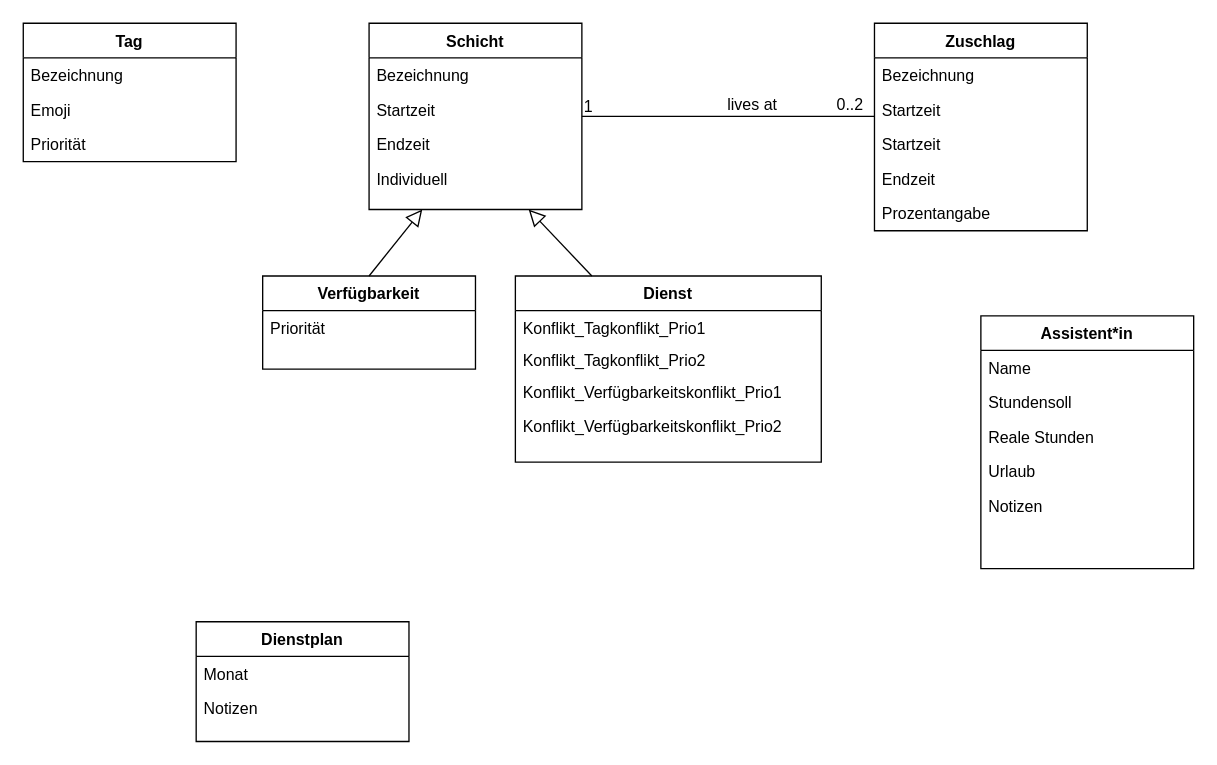
The draw.io diagram 4_Entwurf/4_UML/Unbenanntes Diagramm.drawio in annikalenneper/praxisprojekt_mi_bachelor_SoSe24, before the edit. Source tidied: cells renumbered, new cells numbered last; positions are measured from the earlier drawing's top-left corner, leaving out a move shared by most shapes. Both pictures are drawn from the tidied source at 133%, with x=0, y=0 at pixel (23, 23).
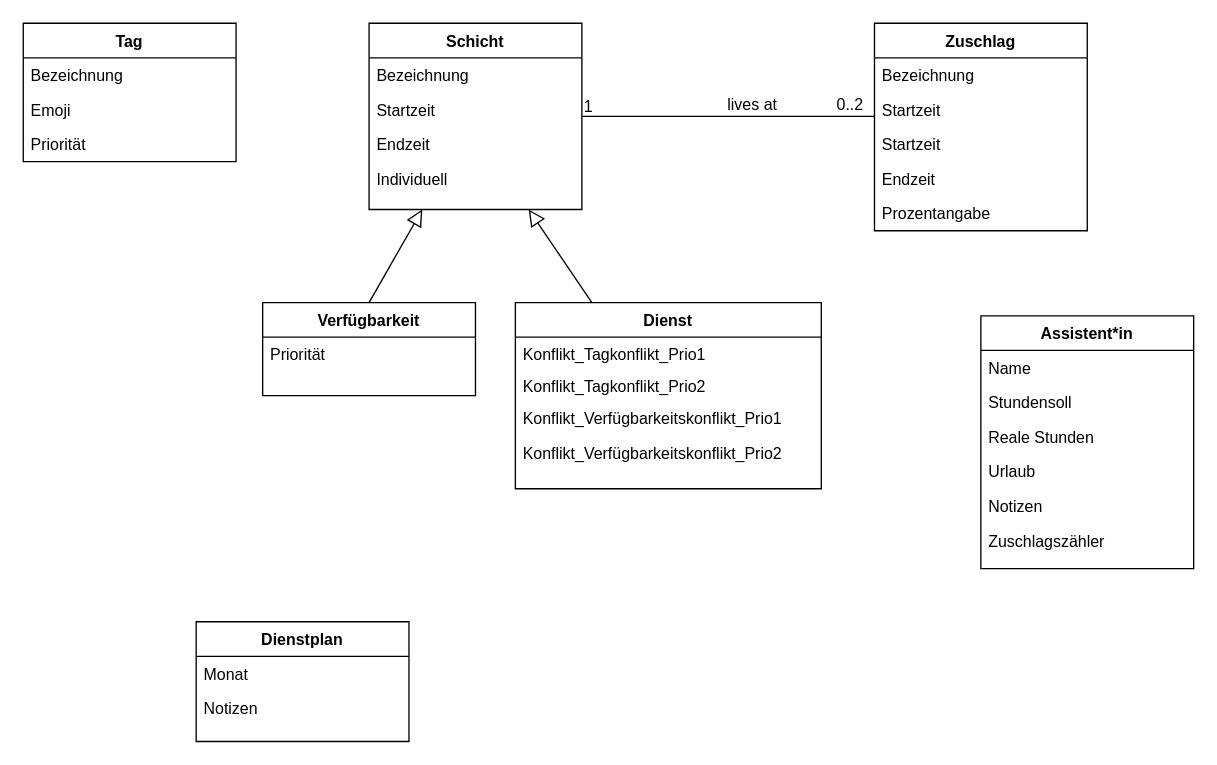
The same page after the edit.

Commit message:
small changes in domain class model

Unchanged cells that the change refers to:
```xml
<mxCell id="24" value="Assistent*in" style="swimlane;fontStyle=1;align=center;verticalAlign=top;horizontal=1;startSize=26;rounded=0;shadow=0;strokeWidth=1;" parent="1" vertex="1">
  <mxGeometry x="720" y="220" width="160" height="190" as="geometry" />
</mxCell>
```

The edit, as a diff of the source:
```diff
@@
     <mxCell id="7" value="Verfügbarkeit" style="swimlane;fontStyle=1;align=center;verticalAlign=top;horizontal=1;startSize=26;rounded=0;shadow=0;strokeWidth=1;" parent="1" vertex="1">
-      <mxGeometry x="180" y="190" width="160" height="70" as="geometry" />
+      <mxGeometry x="180" y="210" width="160" height="70" as="geometry" />
     </mxCell>
@@
+    <mxCell id="39" value="Zuschlagszähler" style="text;align=left;verticalAlign=top;spacingLeft=4;spacingRight=4;overflow=hidden;rounded=0;shadow=0;html=0;" parent="24" vertex="1">
+      <mxGeometry y="156" width="160" height="26" as="geometry" />
+    </mxCell>
     <mxCell id="30" value="Dienst" style="swimlane;fontStyle=1;align=center;verticalAlign=top;horizontal=1;startSize=26;rounded=0;shadow=0;strokeWidth=1;" parent="1" vertex="1">
-      <mxGeometry x="370" y="190" width="230" height="140" as="geometry" />
+      <mxGeometry x="370" y="210" width="230" height="140" as="geometry" />
     </mxCell>
```
